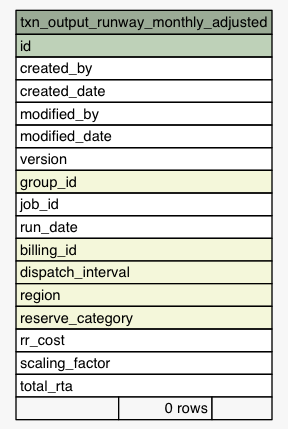
This is Data/settlement/diagrams/summary/txn_output_runway_monthly_adjusted.1degree.png from eyana-m/python-data-dictionary-writer, a Graphviz export, as it was before one commit. Its source is kept beside it as Data/settlement/diagrams/summary/txn_output_runway_monthly_adjusted.1degree.dot. Its diagram source:
```dot
digraph "txn_output_runway_monthly_adjusted" {
  graph [
    rankdir="RL"
    bgcolor="#f7f7f7"
    nodesep="0.18"
    ranksep="0.46"
    fontname="Helvetica"
    fontsize="11"
  ];
  node [
    fontname="Helvetica"
    fontsize="11"
    shape="plaintext"
  ];
  edge [
    arrowsize="0.8"
  ];
  "txn_output_runway_monthly_adjusted" [
    label=<
    <TABLE BORDER="0" CELLBORDER="1" CELLSPACING="0" BGCOLOR="#ffffff">
      <TR><TD COLSPAN="3" BGCOLOR="#9bab96" ALIGN="CENTER">txn_output_runway_monthly_adjusted</TD></TR>
      <TR><TD PORT="id" COLSPAN="3" BGCOLOR="#bed1b8" ALIGN="LEFT">id</TD></TR>
      <TR><TD PORT="created_by" COLSPAN="3" ALIGN="LEFT">created_by</TD></TR>
      <TR><TD PORT="created_date" COLSPAN="3" ALIGN="LEFT">created_date</TD></TR>
      <TR><TD PORT="modified_by" COLSPAN="3" ALIGN="LEFT">modified_by</TD></TR>
      <TR><TD PORT="modified_date" COLSPAN="3" ALIGN="LEFT">modified_date</TD></TR>
      <TR><TD PORT="version" COLSPAN="3" ALIGN="LEFT">version</TD></TR>
      <TR><TD PORT="group_id" COLSPAN="3" BGCOLOR="#f4f7da" ALIGN="LEFT">group_id</TD></TR>
      <TR><TD PORT="job_id" COLSPAN="3" ALIGN="LEFT">job_id</TD></TR>
      <TR><TD PORT="run_date" COLSPAN="3" ALIGN="LEFT">run_date</TD></TR>
      <TR><TD PORT="billing_id" COLSPAN="3" BGCOLOR="#f4f7da" ALIGN="LEFT">billing_id</TD></TR>
      <TR><TD PORT="dispatch_interval" COLSPAN="3" BGCOLOR="#f4f7da" ALIGN="LEFT">dispatch_interval</TD></TR>
      <TR><TD PORT="region" COLSPAN="3" BGCOLOR="#f4f7da" ALIGN="LEFT">region</TD></TR>
      <TR><TD PORT="reserve_category" COLSPAN="3" BGCOLOR="#f4f7da" ALIGN="LEFT">reserve_category</TD></TR>
      <TR><TD PORT="rr_cost" COLSPAN="3" ALIGN="LEFT">rr_cost</TD></TR>
      <TR><TD PORT="scaling_factor" COLSPAN="3" ALIGN="LEFT">scaling_factor</TD></TR>
      <TR><TD PORT="total_rta" COLSPAN="3" ALIGN="LEFT">total_rta</TD></TR>
      <TR><TD ALIGN="LEFT" BGCOLOR="#f7f7f7">  </TD><TD ALIGN="RIGHT" BGCOLOR="#f7f7f7">0 rows</TD><TD ALIGN="RIGHT" BGCOLOR="#f7f7f7">  </TD></TR>
    </TABLE>>
    URL="tables/txn_output_runway_monthly_adjusted.html"
    tooltip="txn_output_runway_monthly_adjusted"
  ];
}
```
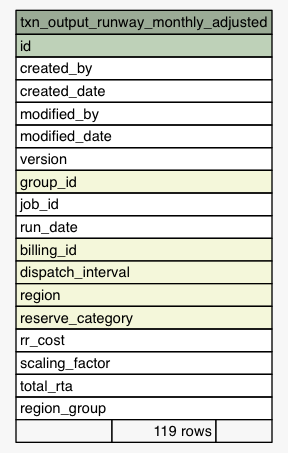
Above is the later version.

What changed in the source:
```diff
@@ -35,7 +35,8 @@
       <TR><TD PORT="rr_cost" COLSPAN="3" ALIGN="LEFT">rr_cost</TD></TR>
       <TR><TD PORT="scaling_factor" COLSPAN="3" ALIGN="LEFT">scaling_factor</TD></TR>
       <TR><TD PORT="total_rta" COLSPAN="3" ALIGN="LEFT">total_rta</TD></TR>
-      <TR><TD ALIGN="LEFT" BGCOLOR="#f7f7f7">  </TD><TD ALIGN="RIGHT" BGCOLOR="#f7f7f7">0 rows</TD><TD ALIGN="RIGHT" BGCOLOR="#f7f7f7">  </TD></TR>
+      <TR><TD PORT="region_group" COLSPAN="3" ALIGN="LEFT">region_group</TD></TR>
+      <TR><TD ALIGN="LEFT" BGCOLOR="#f7f7f7">  </TD><TD ALIGN="RIGHT" BGCOLOR="#f7f7f7">119 rows</TD><TD ALIGN="RIGHT" BGCOLOR="#f7f7f7">  </TD></TR>
     </TABLE>>
     URL="tables/txn_output_runway_monthly_adjusted.html"
     tooltip="txn_output_runway_monthly_adjusted"
```
